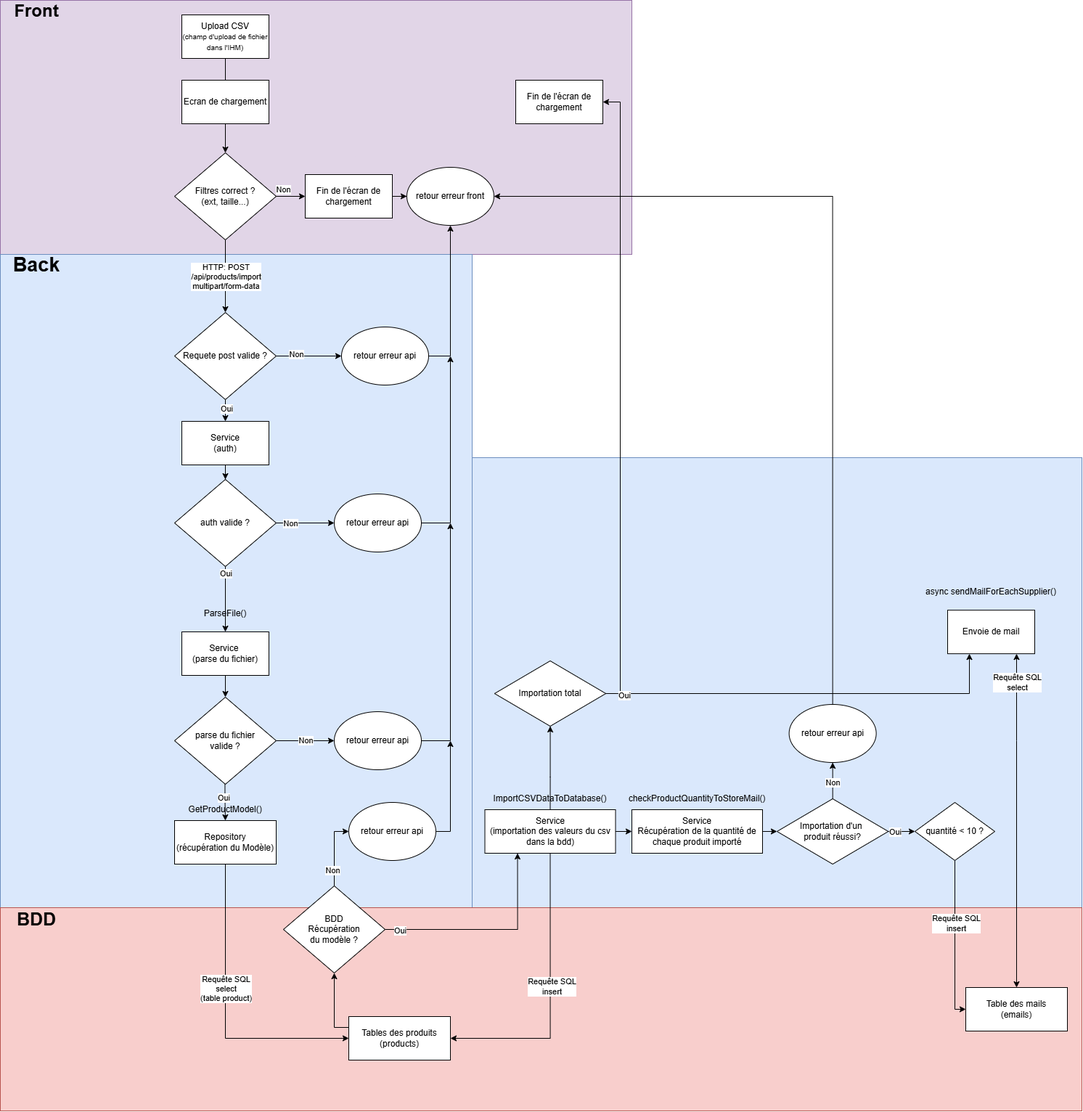
This is exercice04/Exercice4.png from EL-R1/arpege, a draw.io export, as it was before one commit. Source tidied: cells renumbered, new cells last; positions are measured from the earlier drawing's top-left corner, leaving out a move shared by most shapes.
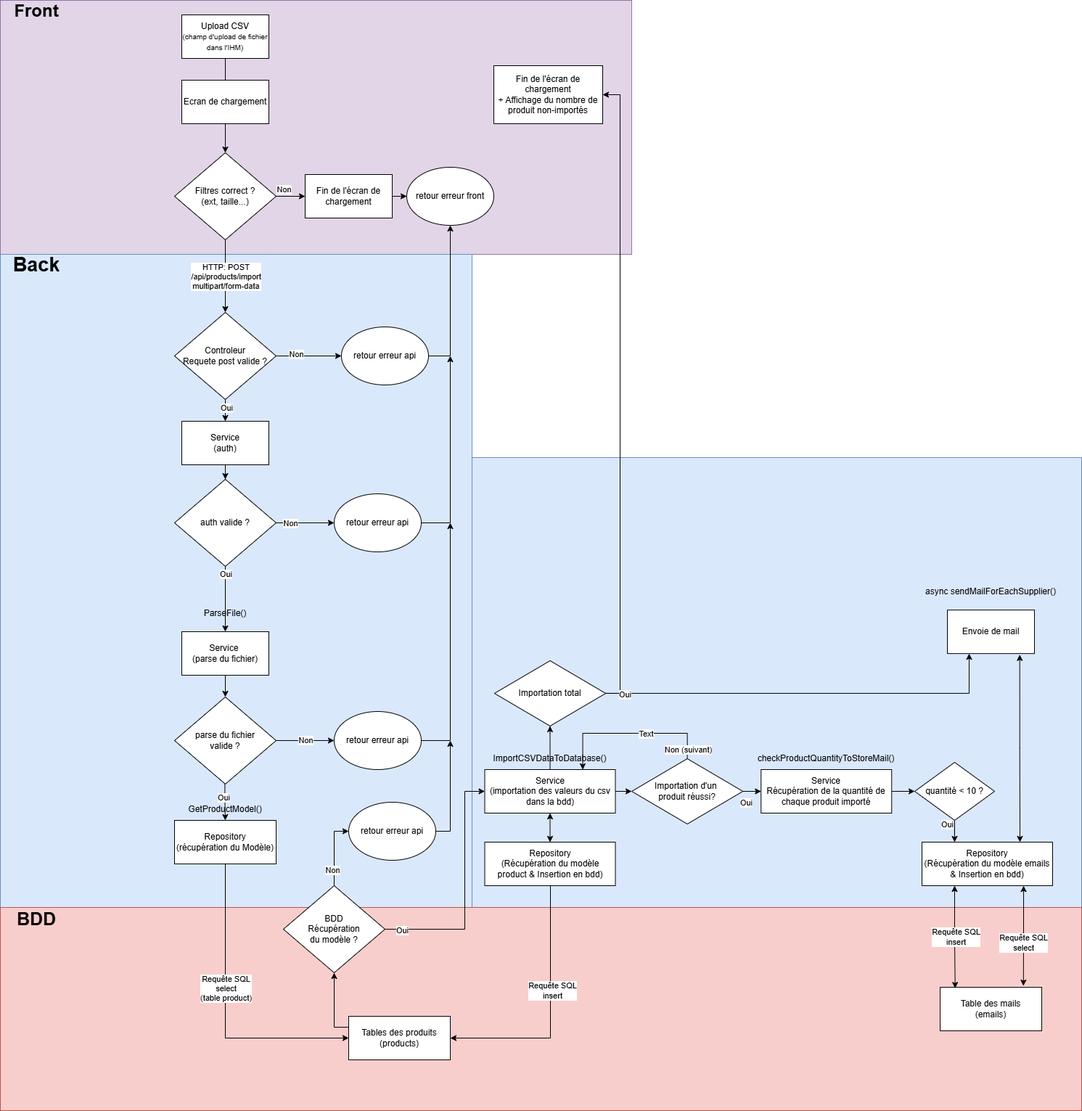
After the change.

Commit message:
fix(exercice04): adding repository to handle database request + rework product check for each lines + adding details for questions

Diff of the diagram source:
```diff
@@ -12,7 +12,7 @@
       <mxGeometry relative="1" as="geometry">
         <Array as="points">
           <mxPoint x="854" y="955" />
-          <mxPoint x="854" y="140" />
+          <mxPoint x="854" y="130" />
         </Array>
       </mxGeometry>
     </mxCell>
@@ -49,7 +49,7 @@
     <mxCell id="15" value="Oui" style="edgeLabel;html=1;align=center;verticalAlign=middle;" parent="14" vertex="1">
       <mxGeometry x="0.12" y="-1" relative="1" as="geometry" />
     </mxCell>
-    <mxCell id="16" value="Requete post valide ?" style="rhombus;whiteSpace=wrap;html=1;" parent="1" vertex="1">
+    <mxCell id="16" value="Controleur&lt;br&gt;Requete post valide ?" style="rhombus;whiteSpace=wrap;html=1;" parent="1" vertex="1">
       <mxGeometry x="240" y="430" width="140" height="120" as="geometry" />
     </mxCell>
     <mxCell id="17" style="edgeStyle=orthogonalEdgeStyle;rounded=0;jettySize=auto;html=1;entryX=0.5;entryY=1;entryDx=0;entryDy=0;" parent="1" edge="1" source="18" target="34">
@@ -182,8 +182,8 @@
     <mxCell id="49" value="retour erreur api" style="ellipse;whiteSpace=wrap;html=1;" parent="1" vertex="1">
       <mxGeometry x="480" y="1105" width="120" height="80" as="geometry" />
     </mxCell>
-    <mxCell id="50" value="Fin de l'écran de chargement" style="whiteSpace=wrap;html=1;" parent="1" vertex="1">
-      <mxGeometry x="710" y="110" width="120" height="60" as="geometry" />
+    <mxCell id="50" value="Fin de l'écran de chargement&lt;br&gt;+ Affichage du nombre de produit non-importés" style="whiteSpace=wrap;html=1;" parent="1" vertex="1">
+      <mxGeometry x="680" y="90" width="150" height="80" as="geometry" />
     </mxCell>
     <mxCell id="51" value="Front" style="text;html=1;whiteSpace=wrap;strokeColor=none;fillColor=none;align=center;verticalAlign=middle;rounded=0;fontSize=24;fontStyle=1;" parent="1" vertex="1">
       <mxGeometry x="20" width="60" height="30" as="geometry" />
@@ -194,7 +194,7 @@
     <mxCell id="53" value="BDD" style="text;html=1;whiteSpace=wrap;strokeColor=none;fillColor=none;align=center;verticalAlign=middle;rounded=0;fontSize=25;fontStyle=1;" parent="1" vertex="1">
       <mxGeometry x="20" y="1250" width="60" height="30" as="geometry" />
     </mxCell>
-    <mxCell id="54" style="edgeStyle=orthogonalEdgeStyle;rounded=0;jettySize=auto;html=1;startArrow=none;startFill=0;exitX=0.5;exitY=1;exitDx=0;exitDy=0;" parent="1" edge="1" source="57" target="59">
+    <mxCell id="54" style="edgeStyle=orthogonalEdgeStyle;rounded=0;jettySize=auto;html=1;startArrow=none;startFill=0;exitX=0.322;exitY=1;exitDx=0;exitDy=0;exitPerimeter=0;" parent="1" edge="1" source="101" target="59">
       <mxGeometry relative="1" as="geometry">
         <Array as="points">
           <mxPoint x="758" y="1430" />
@@ -206,11 +206,14 @@
         <mxPoint x="5" y="-10" as="offset" />
       </mxGeometry>
     </mxCell>
-    <mxCell id="56" style="edgeStyle=orthogonalEdgeStyle;rounded=0;jettySize=auto;html=1;" parent="1" edge="1" source="57" target="88">
+    <mxCell id="56" style="edgeStyle=orthogonalEdgeStyle;rounded=0;jettySize=auto;html=1;entryX=0;entryY=0.5;entryDx=0;entryDy=0;" parent="1" edge="1" source="57" target="74">
       <mxGeometry relative="1" as="geometry" />
     </mxCell>
+    <mxCell id="90" style="edgeStyle=orthogonalEdgeStyle;rounded=0;jettySize=auto;html=1;entryX=0.5;entryY=0;entryDx=0;entryDy=0;startArrow=classic;startFill=1;" parent="1" edge="1" source="57" target="101">
+      <mxGeometry relative="1" as="geometry" />
+    </mxCell>
     <mxCell id="57" value="&lt;div&gt;Service&lt;/div&gt;&lt;div&gt;(importation des valeurs du csv dans la bdd)&lt;/div&gt;" style="whiteSpace=wrap;html=1;" parent="1" vertex="1">
-      <mxGeometry x="667.5" y="1115" width="180" height="60" as="geometry" />
+      <mxGeometry x="667.5" y="1060" width="180" height="60" as="geometry" />
     </mxCell>
     <mxCell id="58" style="edgeStyle=orthogonalEdgeStyle;rounded=0;jettySize=auto;html=1;entryX=0.5;entryY=1;entryDx=0;entryDy=0;exitX=0;exitY=0.25;exitDx=0;exitDy=0;" parent="1" edge="1" source="59" target="80">
       <mxGeometry relative="1" as="geometry">
@@ -222,19 +225,8 @@
     <mxCell id="59" value="Tables des produits&lt;br&gt;&lt;div&gt;(products)&lt;/div&gt;" style="whiteSpace=wrap;html=1;" parent="1" vertex="1">
       <mxGeometry x="480" y="1400" width="140" height="60" as="geometry" />
     </mxCell>
-    <mxCell id="60" style="edgeStyle=orthogonalEdgeStyle;rounded=0;jettySize=auto;html=1;entryX=1;entryY=0.5;entryDx=0;entryDy=0;exitX=0.5;exitY=0;exitDx=0;exitDy=0;" parent="1" edge="1" source="81" target="34">
-      <mxGeometry relative="1" as="geometry">
-        <Array as="points">
-          <mxPoint x="1147" y="270" />
-        </Array>
-      </mxGeometry>
-    </mxCell>
-    <mxCell id="61" style="edgeStyle=orthogonalEdgeStyle;rounded=0;jettySize=auto;html=1;entryX=0;entryY=0.5;entryDx=0;entryDy=0;startArrow=none;startFill=0;exitX=0.5;exitY=1;exitDx=0;exitDy=0;" parent="1" edge="1" source="65" target="69">
-      <mxGeometry relative="1" as="geometry">
-        <Array as="points">
-          <mxPoint x="1315" y="1390" />
-        </Array>
-      </mxGeometry>
+    <mxCell id="61" style="edgeStyle=orthogonalEdgeStyle;rounded=0;jettySize=auto;html=1;startArrow=classic;startFill=1;exitX=0.25;exitY=1;exitDx=0;exitDy=0;entryX=0.148;entryY=0.021;entryDx=0;entryDy=0;entryPerimeter=0;" parent="1" edge="1" source="102" target="69">
+      <mxGeometry relative="1" as="geometry" />
     </mxCell>
     <mxCell id="62" value="&lt;span style=&quot;color: rgba(0, 0, 0, 0); font-family: monospace; font-size: 0px; text-align: start; background-color: rgb(236, 236, 236);&quot;&gt;%3CmxGraphModel%3E%3Croot%3E%3CmxCell%20id%3D%220%22%2F%3E%3CmxCell%20id%3D%221%22%20parent%3D%220%22%2F%3E%3CmxCell%20id%3D%222%22%20connectable%3D%220%22%20parent%3D%221%22%20style%3D%22edgeLabel%3Bhtml%3D1%3Balign%3Dcenter%3BverticalAlign%3Dmiddle%3Bresizable%3D0%3Bpoints%3D%5B%5D%3B%22%20value%3D%22Requ%C3%AAte%20SQL%26lt%3Bbr%26gt%3B(import%20products)%22%20vertex%3D%221%22%3E%3CmxGeometry%20x%3D%22817.3913081298599%22%20y%3D%221234.4782608695652%22%20as%3D%22geometry%22%2F%3E%3C%2FmxCell%3E%3C%2Froot%3E%3C%2FmxGraphModel%3E&lt;/span&gt;" style="edgeLabel;html=1;align=center;verticalAlign=middle;" parent="61" vertex="1">
       <mxGeometry x="-0.65" y="1" relative="1" as="geometry" />
@@ -247,48 +239,69 @@
         <mxPoint y="42" as="offset" />
       </mxGeometry>
     </mxCell>
+    <mxCell id="91" style="edgeStyle=orthogonalEdgeStyle;rounded=0;jettySize=auto;html=1;entryX=0.25;entryY=0;entryDx=0;entryDy=0;" parent="1" edge="1" source="65" target="102">
+      <mxGeometry relative="1" as="geometry" />
+    </mxCell>
+    <mxCell id="92" value="Oui" style="edgeLabel;html=1;align=center;verticalAlign=middle;" parent="91" vertex="1">
+      <mxGeometry x="-0.82" relative="1" as="geometry">
+        <mxPoint x="-10" y="1" as="offset" />
+      </mxGeometry>
+    </mxCell>
     <mxCell id="65" value="quantité &amp;lt; 10 ?" style="rhombus;whiteSpace=wrap;html=1;" parent="1" vertex="1">
-      <mxGeometry x="1260" y="1105" width="110" height="80" as="geometry" />
+      <mxGeometry x="1260" y="1050" width="110" height="80" as="geometry" />
     </mxCell>
-    <mxCell id="66" style="edgeStyle=orthogonalEdgeStyle;rounded=0;jettySize=auto;html=1;startArrow=classic;startFill=1;" parent="1" edge="1" source="68" target="69">
-      <mxGeometry relative="1" as="geometry">
-        <Array as="points">
-          <mxPoint x="1400" y="1020" />
-          <mxPoint x="1400" y="1020" />
-        </Array>
-      </mxGeometry>
+    <mxCell id="66" style="edgeStyle=orthogonalEdgeStyle;rounded=0;jettySize=auto;html=1;startArrow=classic;startFill=1;exitX=0.778;exitY=1.002;exitDx=0;exitDy=0;exitPerimeter=0;entryX=0.82;entryY=-0.033;entryDx=0;entryDy=0;entryPerimeter=0;" parent="1" edge="1" source="102" target="69">
+      <mxGeometry relative="1" as="geometry" />
     </mxCell>
     <mxCell id="67" value="Requête SQL&lt;br&gt;select" style="edgeLabel;html=1;align=center;verticalAlign=middle;" parent="66" vertex="1">
       <mxGeometry x="0.03" relative="1" as="geometry">
-        <mxPoint y="-198" as="offset" />
+        <mxPoint y="7" as="offset" />
       </mxGeometry>
     </mxCell>
+    <mxCell id="93" style="edgeStyle=orthogonalEdgeStyle;rounded=0;jettySize=auto;html=1;entryX=0.75;entryY=0;entryDx=0;entryDy=0;startArrow=classic;startFill=1;exitX=0.831;exitY=1.026;exitDx=0;exitDy=0;exitPerimeter=0;" parent="1" edge="1" source="68" target="102">
+      <mxGeometry relative="1" as="geometry" />
+    </mxCell>
     <mxCell id="68" value="Envoie de mail" style="whiteSpace=wrap;html=1;" parent="1" vertex="1">
       <mxGeometry x="1305" y="840.1" width="120" height="60" as="geometry" />
     </mxCell>
     <mxCell id="69" value="Table des mails&lt;br&gt;(emails)" style="whiteSpace=wrap;html=1;" parent="1" vertex="1">
-      <mxGeometry x="1330" y="1360" width="140" height="60" as="geometry" />
+      <mxGeometry x="1295" y="1360" width="140" height="60" as="geometry" />
     </mxCell>
-    <mxCell id="70" style="edgeStyle=orthogonalEdgeStyle;rounded=0;jettySize=auto;html=1;" parent="1" edge="1" source="74" target="65">
-      <mxGeometry relative="1" as="geometry" />
-    </mxCell>
-    <mxCell id="71" value="Oui" style="edgeLabel;html=1;align=center;verticalAlign=middle;" parent="70" vertex="1">
-      <mxGeometry x="-0.59" relative="1" as="geometry" />
-    </mxCell>
-    <mxCell id="72" style="edgeStyle=orthogonalEdgeStyle;rounded=0;jettySize=auto;html=1;" parent="1" edge="1" source="74" target="81">
-      <mxGeometry relative="1" as="geometry" />
-    </mxCell>
-    <mxCell id="73" value="Non" style="edgeLabel;html=1;align=center;verticalAlign=middle;" parent="72" vertex="1">
-      <mxGeometry x="-0.13" relative="1" as="geometry" />
-    </mxCell>
+    <mxCell id="94" style="edgeStyle=orthogonalEdgeStyle;rounded=0;jettySize=auto;html=1;" parent="1" edge="1" source="74" target="88">
+      <mxGeometry relative="1" as="geometry" />
+    </mxCell>
+    <mxCell id="95" value="Oui" style="edgeLabel;html=1;align=center;verticalAlign=middle;" parent="94" vertex="1">
+      <mxGeometry x="-0.84" relative="1" as="geometry">
+        <mxPoint y="15" as="offset" />
+      </mxGeometry>
+    </mxCell>
+    <mxCell id="96" style="edgeStyle=orthogonalEdgeStyle;rounded=0;jettySize=auto;html=1;entryX=0.75;entryY=0;entryDx=0;entryDy=0;" parent="1" edge="1" source="74" target="57">
+      <mxGeometry relative="1" as="geometry">
+        <Array as="points">
+          <mxPoint x="947" y="1010" />
+          <mxPoint x="803" y="1010" />
+        </Array>
+      </mxGeometry>
+    </mxCell>
+    <mxCell id="97" value="Non (suivant)" style="edgeLabel;html=1;align=center;verticalAlign=middle;" parent="96" vertex="1">
+      <mxGeometry x="-0.89" y="-1" relative="1" as="geometry" />
+    </mxCell>
+    <mxCell id="98" value="Text" style="edgeLabel;html=1;align=center;verticalAlign=middle;" parent="96" vertex="1">
+      <mxGeometry x="-0.19" relative="1" as="geometry" />
+    </mxCell>
     <mxCell id="74" value="Importation d'un&amp;nbsp;&lt;div&gt;produit réussi?&lt;/div&gt;" style="rhombus;whiteSpace=wrap;html=1;" parent="1" vertex="1">
-      <mxGeometry x="1070" y="1100" width="153.2" height="90" as="geometry" />
+      <mxGeometry x="870" y="1045" width="153.2" height="90" as="geometry" />
     </mxCell>
     <mxCell id="75" value="async sendMailForEachSupplier()" style="text;html=1;whiteSpace=wrap;strokeColor=none;fillColor=none;align=center;verticalAlign=middle;rounded=0;" parent="1" vertex="1">
       <mxGeometry x="1270" y="800.1" width="190" height="30" as="geometry" />
     </mxCell>
-    <mxCell id="76" style="edgeStyle=orthogonalEdgeStyle;rounded=0;jettySize=auto;html=1;entryX=0.25;entryY=1;entryDx=0;entryDy=0;" parent="1" edge="1" source="80" target="57">
-      <mxGeometry relative="1" as="geometry" />
+    <mxCell id="76" style="edgeStyle=orthogonalEdgeStyle;rounded=0;jettySize=auto;html=1;entryX=0;entryY=0.5;entryDx=0;entryDy=0;" parent="1" edge="1" source="80" target="57">
+      <mxGeometry relative="1" as="geometry">
+        <Array as="points">
+          <mxPoint x="640" y="1280" />
+          <mxPoint x="640" y="1090" />
+        </Array>
+      </mxGeometry>
     </mxCell>
     <mxCell id="77" value="Oui" style="edgeLabel;html=1;align=center;verticalAlign=middle;" parent="76" vertex="1">
       <mxGeometry x="-0.86" y="-1" relative="1" as="geometry" />
@@ -302,17 +315,6 @@
     <mxCell id="80" value="BDD&lt;br&gt;Récupération &lt;br&gt;du modèle ?" style="rhombus;whiteSpace=wrap;html=1;" parent="1" vertex="1">
       <mxGeometry x="390" y="1220" width="140" height="120" as="geometry" />
     </mxCell>
-    <mxCell id="81" value="retour erreur api" style="ellipse;whiteSpace=wrap;html=1;" parent="1" vertex="1">
-      <mxGeometry x="1086.6" y="970" width="120" height="80" as="geometry" />
-    </mxCell>
-    <mxCell id="82" style="edgeStyle=orthogonalEdgeStyle;rounded=0;jettySize=auto;html=1;entryX=0.5;entryY=1;entryDx=0;entryDy=0;startArrow=classic;startFill=1;endArrow=none;endFill=0;" parent="1" edge="1" source="85" target="89">
-      <mxGeometry relative="1" as="geometry">
-        <Array as="points">
-          <mxPoint x="758" y="1070" />
-          <mxPoint x="758" y="1070" />
-        </Array>
-      </mxGeometry>
-    </mxCell>
     <mxCell id="83" style="edgeStyle=orthogonalEdgeStyle;rounded=0;jettySize=auto;html=1;entryX=0.25;entryY=1;entryDx=0;entryDy=0;" parent="1" edge="1" source="85" target="68">
       <mxGeometry relative="1" as="geometry" />
     </mxCell>
@@ -322,21 +324,31 @@
     <mxCell id="85" value="Importation total" style="rhombus;whiteSpace=wrap;html=1;" parent="1" vertex="1">
       <mxGeometry x="680.9" y="910" width="153.2" height="90" as="geometry" />
     </mxCell>
+    <mxCell id="99" style="edgeStyle=orthogonalEdgeStyle;rounded=0;jettySize=auto;html=1;exitX=0.5;exitY=1;exitDx=0;exitDy=0;" parent="1" edge="1" source="89" target="85">
+      <mxGeometry relative="1" as="geometry">
+        <Array as="points">
+          <mxPoint x="758" y="1010" />
+          <mxPoint x="758" y="1010" />
+        </Array>
+      </mxGeometry>
+    </mxCell>
+    <mxCell id="89" value="ImportCSVDataToDatabase()" style="text;html=1;whiteSpace=wrap;strokeColor=none;fillColor=none;align=center;verticalAlign=middle;rounded=0;" parent="1" vertex="1">
+      <mxGeometry x="650" y="1030" width="215" height="30" as="geometry" />
+    </mxCell>
     <mxCell id="86" value="checkProductQuantityToStoreMail()" style="text;html=1;whiteSpace=wrap;strokeColor=none;fillColor=none;align=center;verticalAlign=middle;rounded=0;" parent="1" vertex="1">
-      <mxGeometry x="845" y="1085" width="230" height="30" as="geometry" />
+      <mxGeometry x="1023.2" y="1030" width="230" height="30" as="geometry" />
     </mxCell>
-    <mxCell id="87" style="edgeStyle=orthogonalEdgeStyle;rounded=0;jettySize=auto;html=1;entryX=0;entryY=0.5;entryDx=0;entryDy=0;" parent="1" edge="1" source="88" target="74">
-      <mxGeometry relative="1" as="geometry">
-        <Array as="points">
-          <mxPoint x="1050" y="1145" />
-        </Array>
-      </mxGeometry>
-    </mxCell>
+    <mxCell id="100" style="edgeStyle=orthogonalEdgeStyle;rounded=0;jettySize=auto;html=1;" parent="1" edge="1" source="88" target="65">
+      <mxGeometry relative="1" as="geometry" />
+    </mxCell>
     <mxCell id="88" value="Service&lt;br&gt;Récupération de la quantité de chaque produit importé" style="whiteSpace=wrap;html=1;" parent="1" vertex="1">
-      <mxGeometry x="870" y="1115" width="180" height="60" as="geometry" />
+      <mxGeometry x="1048.2" y="1060" width="180" height="60" as="geometry" />
     </mxCell>
-    <mxCell id="89" value="ImportCSVDataToDatabase()" style="text;html=1;whiteSpace=wrap;strokeColor=none;fillColor=none;align=center;verticalAlign=middle;rounded=0;" parent="1" vertex="1">
-      <mxGeometry x="650" y="1085" width="215" height="30" as="geometry" />
-    </mxCell>
+    <mxCell id="101" value="&lt;div&gt;Repository&lt;/div&gt;&lt;div&gt;(Récupération du modèle product &amp;amp;&amp;nbsp;&lt;span style=&quot;background-color: transparent; color: light-dark(rgb(0, 0, 0), rgb(255, 255, 255));&quot;&gt;Insertion en bdd&lt;/span&gt;&lt;span style=&quot;background-color: transparent; color: light-dark(rgb(0, 0, 0), rgb(255, 255, 255));&quot;&gt;)&lt;/span&gt;&lt;/div&gt;" style="whiteSpace=wrap;html=1;" parent="1" vertex="1">
+      <mxGeometry x="667.5" y="1160" width="180" height="60" as="geometry" />
+    </mxCell>
+    <mxCell id="102" value="&lt;div&gt;Repository&lt;/div&gt;&lt;div&gt;(Récupération du modèle emails &amp;amp;&amp;nbsp;&lt;span style=&quot;background-color: transparent; color: light-dark(rgb(0, 0, 0), rgb(255, 255, 255));&quot;&gt;Insertion en bdd&lt;/span&gt;&lt;span style=&quot;background-color: transparent; color: light-dark(rgb(0, 0, 0), rgb(255, 255, 255));&quot;&gt;)&lt;/span&gt;&lt;/div&gt;" style="whiteSpace=wrap;html=1;" parent="1" vertex="1">
+      <mxGeometry x="1270" y="1160" width="180" height="60" as="geometry" />
+    </mxCell>
   </root>
 </mxGraphModel>
```
